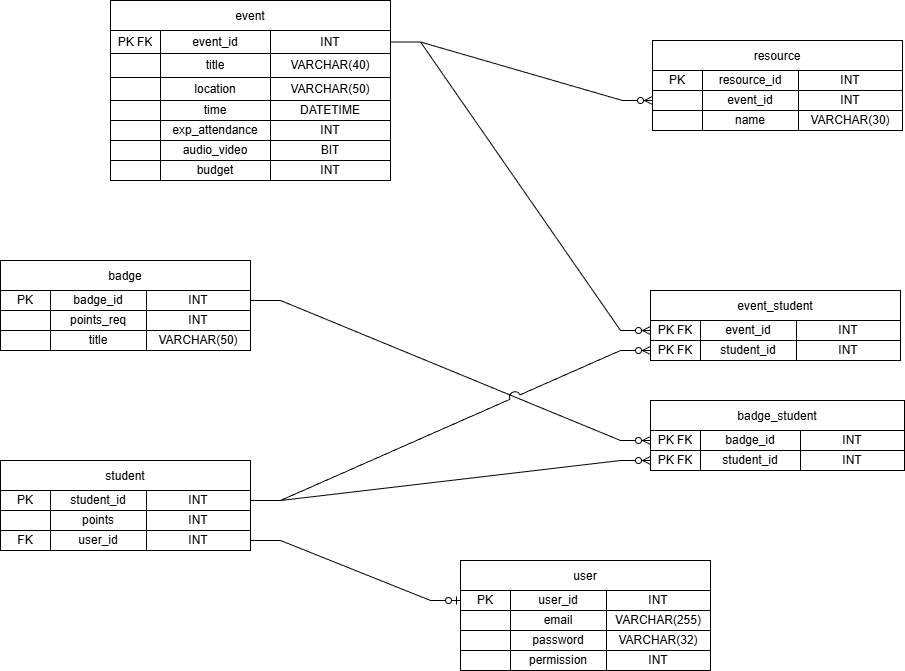
Before: StudentEngagementDatabase/erd.png, a diagram exported from draw.io (GabrielConner/StudentEngagement). Source tidied: cells renumbered, new cells last; positions are measured from the earlier drawing's top-left corner, leaving out a move shared by most shapes.
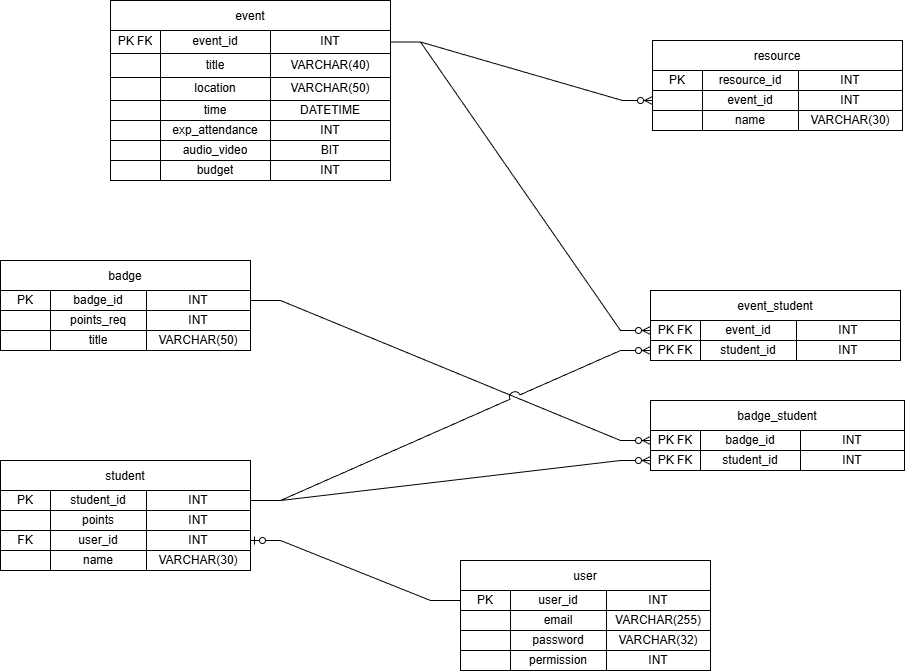
The same diagram one commit later.

What changed in the source:
```diff
@@ -129,7 +129,7 @@
       <mxGeometry x="146" width="104" height="20" as="geometry" />
     </mxCell>
     <mxCell id="44" value="student" style="shape=table;startSize=30;strokeColor=default;" parent="1" vertex="1">
-      <mxGeometry y="460" width="250" height="90" as="geometry" />
+      <mxGeometry y="460" width="250" height="110" as="geometry" />
     </mxCell>
     <mxCell id="45" style="shape=tableRow;horizontal=0;startSize=0;swimlaneHead=0;swimlaneBody=0;strokeColor=inherit;top=0;left=0;bottom=0;right=0;fillColor=none;points=[[0,0.5],[1,0.5]];portConstraint=eastwest;" parent="44" vertex="1">
       <mxGeometry y="30" width="250" height="20" as="geometry" />
@@ -167,6 +167,18 @@
     <mxCell id="56" value="INT" style="shape=partialRectangle;html=1;whiteSpace=wrap;strokeColor=inherit;overflow=hidden;fillColor=none;top=0;left=0;bottom=0;right=0;" parent="53" vertex="1">
       <mxGeometry x="146" width="104" height="20" as="geometry" />
     </mxCell>
+    <mxCell id="111" style="shape=tableRow;horizontal=0;startSize=0;swimlaneHead=0;swimlaneBody=0;strokeColor=inherit;top=0;left=0;bottom=0;right=0;fillColor=none;" parent="44" vertex="1">
+      <mxGeometry y="90" width="250" height="20" as="geometry" />
+    </mxCell>
+    <mxCell id="112" style="shape=partialRectangle;html=1;whiteSpace=wrap;strokeColor=inherit;overflow=hidden;fillColor=none;top=0;left=0;bottom=0;right=0;perimeterSpacing=2;" parent="111" vertex="1">
+      <mxGeometry width="50" height="20" as="geometry" />
+    </mxCell>
+    <mxCell id="113" value="name" style="shape=partialRectangle;html=1;whiteSpace=wrap;strokeColor=inherit;overflow=hidden;fillColor=none;top=0;left=0;bottom=0;right=0;dashed=1;" parent="111" vertex="1">
+      <mxGeometry x="50" width="96" height="20" as="geometry" />
+    </mxCell>
+    <mxCell id="114" value="VARCHAR(30)" style="shape=partialRectangle;html=1;whiteSpace=wrap;strokeColor=inherit;overflow=hidden;fillColor=none;top=0;left=0;bottom=0;right=0;" parent="111" vertex="1">
+      <mxGeometry x="146" width="104" height="20" as="geometry" />
+    </mxCell>
     <mxCell id="57" value="badge_student" style="shape=table;startSize=30;strokeColor=default;" parent="1" vertex="1">
       <mxGeometry x="650" y="400" width="254" height="70" as="geometry" />
     </mxCell>
@@ -326,8 +338,8 @@
     <mxCell id="109" value="INT" style="shape=partialRectangle;html=1;whiteSpace=wrap;strokeColor=inherit;overflow=hidden;fillColor=none;top=0;left=0;bottom=0;right=0;" parent="106" vertex="1">
       <mxGeometry x="146" width="104" height="20" as="geometry" />
     </mxCell>
-    <mxCell id="110" style="edgeStyle=entityRelationEdgeStyle;fontSize=12;html=1;endArrow=ERzeroToOne;endFill=1;rounded=0;exitX=1;exitY=0.5;exitDx=0;exitDy=0;entryX=0;entryY=0.5;entryDx=0;entryDy=0;" parent="1" edge="1" source="53" target="94">
-      <mxGeometry relative="1" as="geometry" />
-    </mxCell>
+    <mxCell id="115" style="edgeStyle=entityRelationEdgeStyle;fontSize=12;html=1;endArrow=ERzeroToOne;endFill=1;rounded=0;exitX=0;exitY=0.5;exitDx=0;exitDy=0;" parent="1" edge="1" source="94" target="53">
+      <mxGeometry relative="1" as="geometry" />
+    </mxCell>
   </root>
 </mxGraphModel>
```
